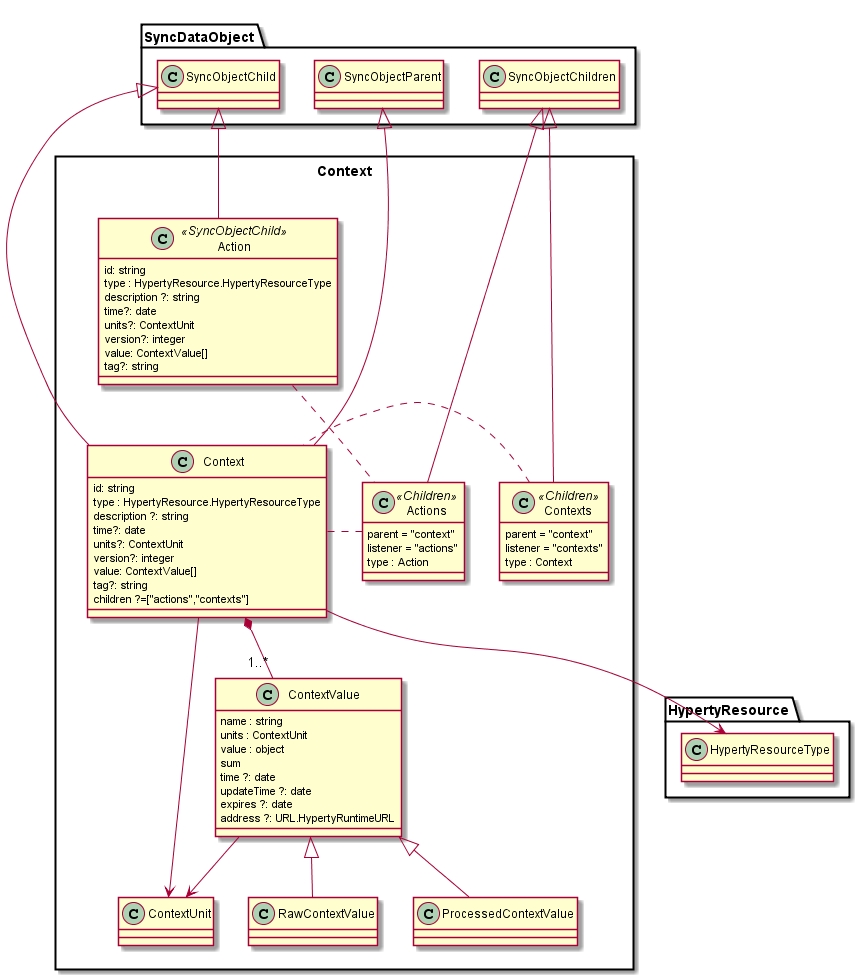
This is docs/datamodel/data-objects/context/Context.png from reTHINK-project/dev-service-framework, a PlantUML export, as it was before one commit.
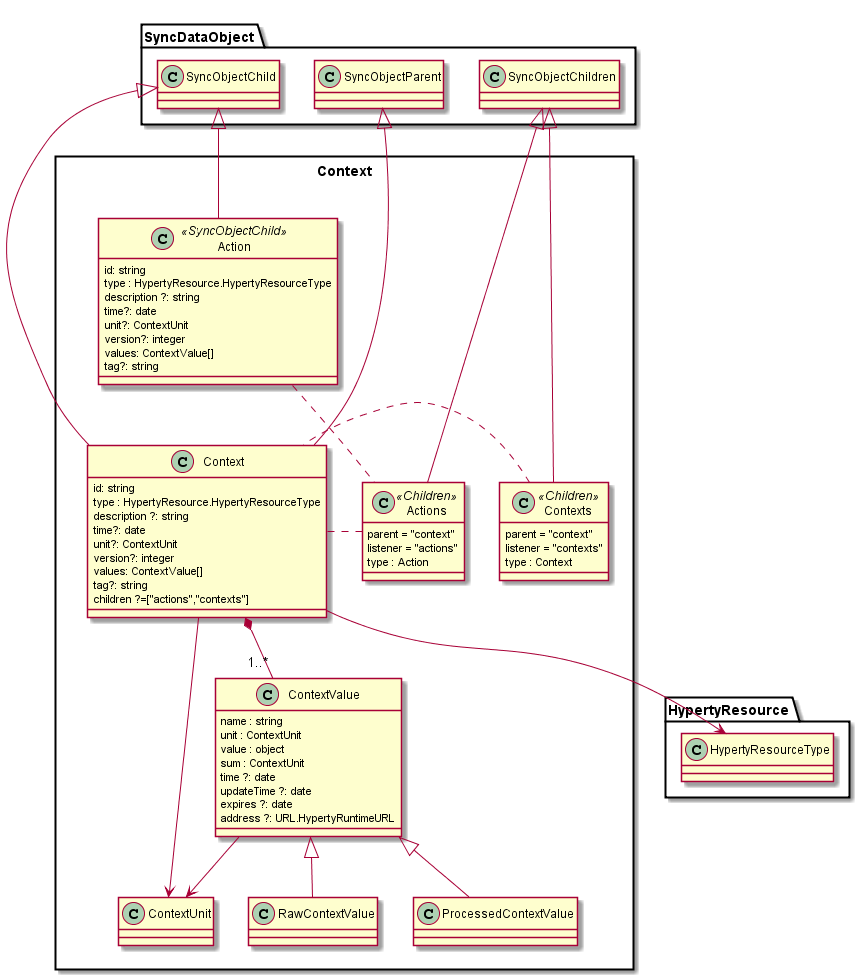
Later version of the same file.

Commit message:
Context Data model updated (minor changes in some attribute names and added type to "sum") according to feedback received

Change to the diagram source:
```diff
@@ -7,9 +7,9 @@
 		type : HypertyResource.HypertyResourceType
 		description ?: string
 		time?: date
-		units?: ContextUnit
+		unit?: ContextUnit
 		version?: integer
-		value: ContextValue[]
+		values: ContextValue[]
 		tag?: string
 		children ?=["actions","contexts"]
 	}
@@ -20,9 +20,9 @@
 
 	class ContextValue {
 		name : string
-		units : ContextUnit
+		unit : ContextUnit
 		value : object
-		sum
+		sum : ContextUnit
 		time ?: date
 		updateTime ?: date
 		expires ?: date
@@ -46,9 +46,9 @@
 		type : HypertyResource.HypertyResourceType
 		description ?: string
 		time?: date
-		units?: ContextUnit
+		unit?: ContextUnit
 		version?: integer
-		value: ContextValue[]
+		values: ContextValue[]
 		tag?: string
 	}
 
```
